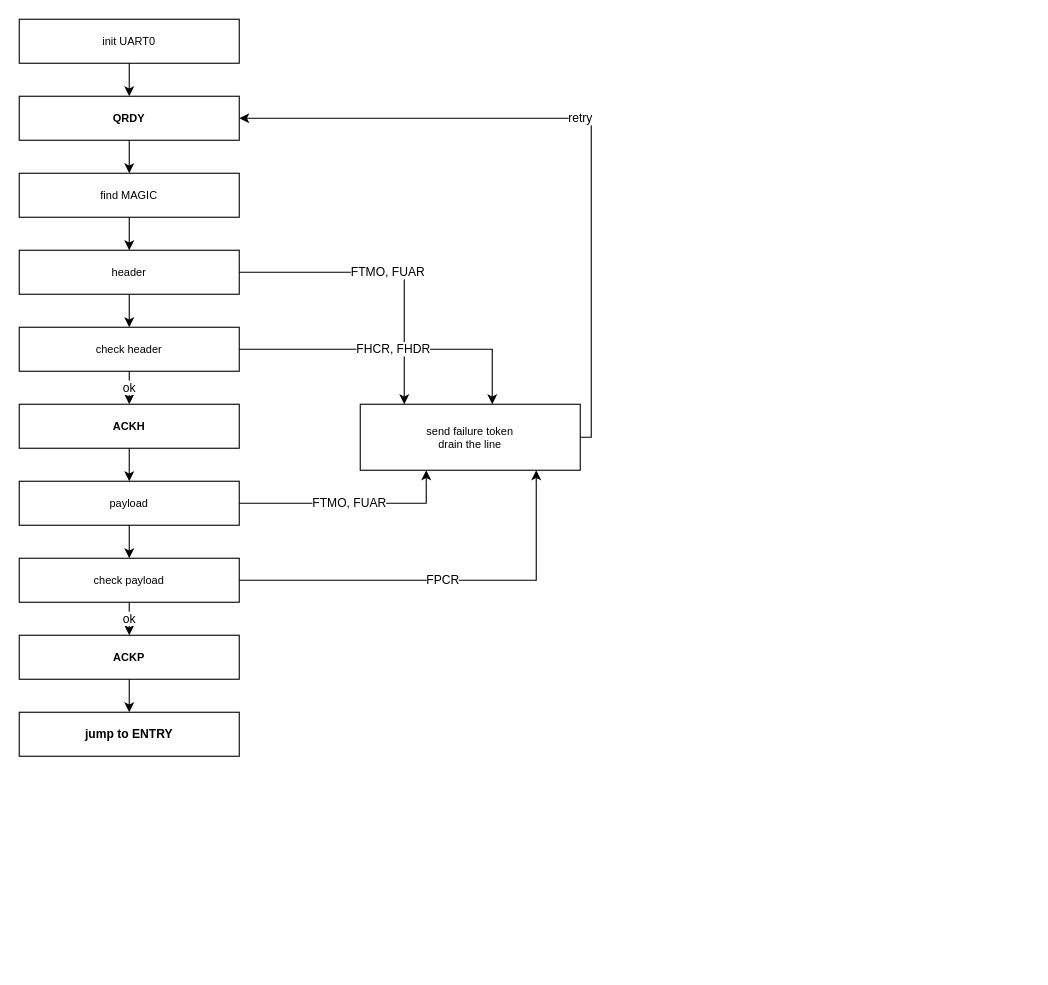
The draw.io diagram page "Bootloader flow" (4 of 5) of doc/figures/drawio/QNSC_BOOT.drawio in quynhonsemiconductor/vlsi_deep_training, before the edit. Source tidied: cells renumbered, new cells numbered last; positions are measured from the earlier drawing's top-left corner, leaving out a move shared by most shapes. Both pictures are drawn from the tidied source at 110%, with x=0, y=0 at pixel (19, 19).
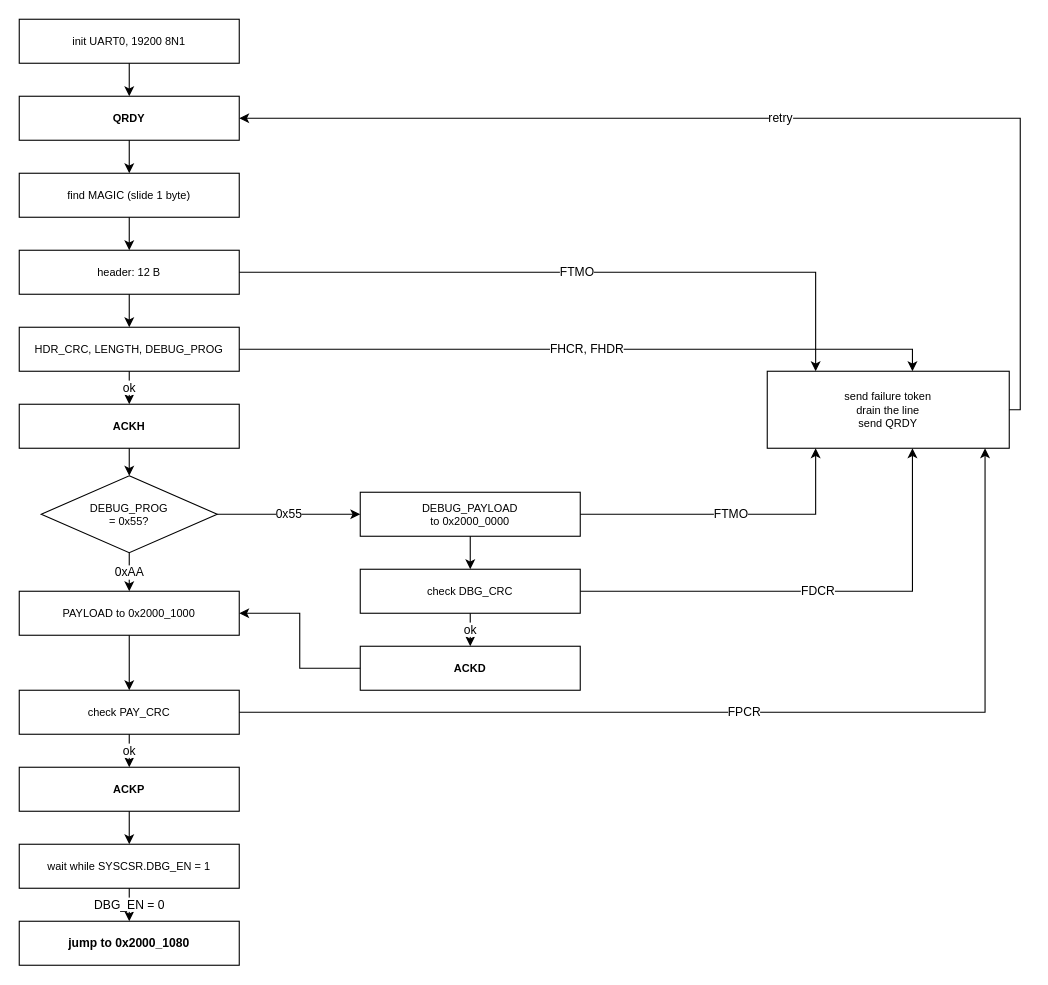
The same diagram, later.

The change refers to these unchanged cells:
```xml
<mxCell id="7" value="ACKH" style="rounded=0;whiteSpace=wrap;html=1;fillColor=#ffffff;strokeColor=#000000;fontSize=10;dashed=0;fontStyle=1;verticalAlign=middle;" parent="1" vertex="1">
  <mxGeometry y="350" width="200" height="40" as="geometry" />
</mxCell>
```

Diff of the diagram source:
```diff
@@
-    <mxCell id="2" value="init UART0" style="rounded=0;whiteSpace=wrap;html=1;fillColor=#ffffff;strokeColor=#000000;fontSize=10;dashed=0;verticalAlign=middle;" parent="1" vertex="1">
+    <mxCell id="2" value="init UART0, 19200 8N1" style="rounded=0;whiteSpace=wrap;html=1;fillColor=#ffffff;strokeColor=#000000;fontSize=10;dashed=0;verticalAlign=middle;" parent="1" vertex="1">
       <mxGeometry width="200" height="40" as="geometry" />
     </mxCell>
@@
-    <mxCell id="4" value="find MAGIC" style="rounded=0;whiteSpace=wrap;html=1;fillColor=#ffffff;strokeColor=#000000;fontSize=10;dashed=0;verticalAlign=middle;" parent="1" vertex="1">
+    <mxCell id="4" value="find MAGIC (slide 1 byte)" style="rounded=0;whiteSpace=wrap;html=1;fillColor=#ffffff;strokeColor=#000000;fontSize=10;dashed=0;verticalAlign=middle;" parent="1" vertex="1">
       <mxGeometry y="140" width="200" height="40" as="geometry" />
     </mxCell>
-    <mxCell id="5" value="header" style="rounded=0;whiteSpace=wrap;html=1;fillColor=#ffffff;strokeColor=#000000;fontSize=10;dashed=0;verticalAlign=middle;" parent="1" vertex="1">
+    <mxCell id="5" value="header: 12 B" style="rounded=0;whiteSpace=wrap;html=1;fillColor=#ffffff;strokeColor=#000000;fontSize=10;dashed=0;verticalAlign=middle;" parent="1" vertex="1">
       <mxGeometry y="210" width="200" height="40" as="geometry" />
     </mxCell>
-    <mxCell id="6" value="check header" style="rounded=0;whiteSpace=wrap;html=1;fillColor=#ffffff;strokeColor=#000000;fontSize=10;dashed=0;verticalAlign=middle;" parent="1" vertex="1">
+    <mxCell id="6" value="HDR_CRC, LENGTH, DEBUG_PROG" style="rounded=0;whiteSpace=wrap;html=1;fillColor=#ffffff;strokeColor=#000000;fontSize=10;dashed=0;verticalAlign=middle;" parent="1" vertex="1">
       <mxGeometry y="280" width="200" height="40" as="geometry" />
     </mxCell>
@@
+    <mxCell id="28" value="DEBUG_PROG&#10;= 0x55?" style="rhombus;whiteSpace=wrap;html=1;fillColor=#ffffff;strokeColor=#000000;fontSize=10;dashed=0;verticalAlign=middle;" parent="1" vertex="1">
+      <mxGeometry x="20" y="415" width="160" height="70" as="geometry" />
+    </mxCell>
+    <mxCell id="29" value="DEBUG_PAYLOAD&#10;to 0x2000_0000" style="rounded=0;whiteSpace=wrap;html=1;fillColor=#ffffff;strokeColor=#000000;fontSize=10;dashed=0;verticalAlign=middle;" parent="1" vertex="1">
+      <mxGeometry x="310" y="430" width="200" height="40" as="geometry" />
+    </mxCell>
+    <mxCell id="30" value="check DBG_CRC" style="rounded=0;whiteSpace=wrap;html=1;fillColor=#ffffff;strokeColor=#000000;fontSize=10;dashed=0;verticalAlign=middle;" parent="1" vertex="1">
+      <mxGeometry x="310" y="500" width="200" height="40" as="geometry" />
+    </mxCell>
+    <mxCell id="31" value="ACKD" style="rounded=0;whiteSpace=wrap;html=1;fillColor=#ffffff;strokeColor=#000000;fontSize=10;dashed=0;fontStyle=1;verticalAlign=middle;" parent="1" vertex="1">
+      <mxGeometry x="310" y="570" width="200" height="40" as="geometry" />
+    </mxCell>
-    <mxCell id="8" value="payload" style="rounded=0;whiteSpace=wrap;html=1;fillColor=#ffffff;strokeColor=#000000;fontSize=10;dashed=0;verticalAlign=middle;" parent="1" vertex="1">
-      <mxGeometry y="420" width="200" height="40" as="geometry" />
+    <mxCell id="8" value="PAYLOAD to 0x2000_1000" style="rounded=0;whiteSpace=wrap;html=1;fillColor=#ffffff;strokeColor=#000000;fontSize=10;dashed=0;verticalAlign=middle;" parent="1" vertex="1">
+      <mxGeometry y="520" width="200" height="40" as="geometry" />
     </mxCell>
-    <mxCell id="9" value="check payload" style="rounded=0;whiteSpace=wrap;html=1;fillColor=#ffffff;strokeColor=#000000;fontSize=10;dashed=0;verticalAlign=middle;" parent="1" vertex="1">
-      <mxGeometry y="490" width="200" height="40" as="geometry" />
+    <mxCell id="9" value="check PAY_CRC" style="rounded=0;whiteSpace=wrap;html=1;fillColor=#ffffff;strokeColor=#000000;fontSize=10;dashed=0;verticalAlign=middle;" parent="1" vertex="1">
+      <mxGeometry y="610" width="200" height="40" as="geometry" />
     </mxCell>
     <mxCell id="10" value="ACKP" style="rounded=0;whiteSpace=wrap;html=1;fillColor=#ffffff;strokeColor=#000000;fontSize=10;dashed=0;fontStyle=1;verticalAlign=middle;" parent="1" vertex="1">
-      <mxGeometry y="560" width="200" height="40" as="geometry" />
+      <mxGeometry y="680" width="200" height="40" as="geometry" />
     </mxCell>
+    <mxCell id="32" value="wait while SYSCSR.DBG_EN = 1" style="rounded=0;whiteSpace=wrap;html=1;fillColor=#ffffff;strokeColor=#000000;fontSize=10;dashed=0;verticalAlign=middle;" parent="1" vertex="1">
+      <mxGeometry y="750" width="200" height="40" as="geometry" />
+    </mxCell>
-    <mxCell id="11" value="jump to ENTRY" style="rounded=0;whiteSpace=wrap;html=1;fillColor=#ffffff;strokeColor=#000000;fontSize=11;dashed=0;fontStyle=1;verticalAlign=middle;" parent="1" vertex="1">
-      <mxGeometry y="630" width="200" height="40" as="geometry" />
+    <mxCell id="11" value="jump to 0x2000_1080" style="rounded=0;whiteSpace=wrap;html=1;fillColor=#ffffff;strokeColor=#000000;fontSize=11;dashed=0;fontStyle=1;verticalAlign=middle;" parent="1" vertex="1">
+      <mxGeometry y="820" width="200" height="40" as="geometry" />
     </mxCell>
-    <mxCell id="12" value="send failure token&#10;drain the line" style="rounded=0;whiteSpace=wrap;html=1;fillColor=#ffffff;strokeColor=#000000;fontSize=10;dashed=0;verticalAlign=middle;" parent="1" vertex="1">
-      <mxGeometry x="310" y="350" width="200" height="60" as="geometry" />
+    <mxCell id="12" value="send failure token&#10;drain the line&#10;send QRDY" style="rounded=0;whiteSpace=wrap;html=1;fillColor=#ffffff;strokeColor=#000000;fontSize=10;dashed=0;verticalAlign=middle;" parent="1" vertex="1">
+      <mxGeometry x="680" y="320" width="220" height="70" as="geometry" />
     </mxCell>
-    <mxCell id="13" style="rounded=0;whiteSpace=wrap;html=1;fillColor=none;strokeColor=none;fontSize=10;dashed=0;verticalAlign=middle;" parent="1" vertex="1">
-      <mxGeometry x="580" y="80" width="1" height="20" as="geometry" />
-    </mxCell>
@@
-    <mxCell id="19" style="edgeStyle=orthogonalEdgeStyle;rounded=0;html=1;exitX=0.5;exitY=1.0;entryX=0.5;entryY=0.0;exitDx=0;exitDy=0;entryDx=0;entryDy=0;" parent="1" edge="1" source="7" target="8">
-      <mxGeometry relative="1" as="geometry" />
-    </mxCell>
+    <mxCell id="33" style="edgeStyle=orthogonalEdgeStyle;rounded=0;html=1;exitX=0.5;exitY=1.0;entryX=0.5;entryY=0.0;exitDx=0;exitDy=0;entryDx=0;entryDy=0;" parent="1" edge="1" source="7" target="28">
+      <mxGeometry relative="1" as="geometry" />
+    </mxCell>
+    <mxCell id="34" value="0xAA" style="edgeStyle=orthogonalEdgeStyle;rounded=0;html=1;exitX=0.5;exitY=1.0;entryX=0.5;entryY=0.0;exitDx=0;exitDy=0;entryDx=0;entryDy=0;" parent="1" edge="1" source="28" target="8">
+      <mxGeometry relative="1" as="geometry" />
+    </mxCell>
+    <mxCell id="35" value="0x55" style="edgeStyle=orthogonalEdgeStyle;rounded=0;html=1;exitX=1.0;exitY=0.5;entryX=0.0;entryY=0.5;exitDx=0;exitDy=0;entryDx=0;entryDy=0;" parent="1" edge="1" source="28" target="29">
+      <mxGeometry relative="1" as="geometry" />
+    </mxCell>
+    <mxCell id="36" style="edgeStyle=orthogonalEdgeStyle;rounded=0;html=1;exitX=0.5;exitY=1.0;entryX=0.5;entryY=0.0;exitDx=0;exitDy=0;entryDx=0;entryDy=0;" parent="1" edge="1" source="29" target="30">
+      <mxGeometry relative="1" as="geometry" />
+    </mxCell>
+    <mxCell id="37" value="ok" style="edgeStyle=orthogonalEdgeStyle;rounded=0;html=1;exitX=0.5;exitY=1.0;entryX=0.5;entryY=0.0;exitDx=0;exitDy=0;entryDx=0;entryDy=0;" parent="1" edge="1" source="30" target="31">
+      <mxGeometry relative="1" as="geometry" />
+    </mxCell>
+    <mxCell id="38" style="edgeStyle=orthogonalEdgeStyle;rounded=0;html=1;exitX=0.0;exitY=0.5;entryX=1.0;entryY=0.5;exitDx=0;exitDy=0;entryDx=0;entryDy=0;" parent="1" edge="1" source="31" target="8">
+      <mxGeometry relative="1" as="geometry" />
+    </mxCell>
@@
-    <mxCell id="22" style="edgeStyle=orthogonalEdgeStyle;rounded=0;html=1;exitX=0.5;exitY=1.0;entryX=0.5;entryY=0.0;exitDx=0;exitDy=0;entryDx=0;entryDy=0;" parent="1" edge="1" source="10" target="11">
-      <mxGeometry relative="1" as="geometry" />
-    </mxCell>
+    <mxCell id="39" style="edgeStyle=orthogonalEdgeStyle;rounded=0;html=1;exitX=0.5;exitY=1.0;entryX=0.5;entryY=0.0;exitDx=0;exitDy=0;entryDx=0;entryDy=0;" parent="1" edge="1" source="10" target="32">
+      <mxGeometry relative="1" as="geometry" />
+    </mxCell>
+    <mxCell id="40" value="DBG_EN = 0" style="edgeStyle=orthogonalEdgeStyle;rounded=0;html=1;exitX=0.5;exitY=1.0;entryX=0.5;entryY=0.0;exitDx=0;exitDy=0;entryDx=0;entryDy=0;" parent="1" edge="1" source="32" target="11">
+      <mxGeometry relative="1" as="geometry" />
+    </mxCell>
-    <mxCell id="23" value="FTMO, FUAR" style="edgeStyle=orthogonalEdgeStyle;rounded=0;html=1;exitX=1.0;exitY=0.5;entryX=0.2;entryY=0.0;exitDx=0;exitDy=0;entryDx=0;entryDy=0;" parent="1" edge="1" source="5" target="12">
+    <mxCell id="23" value="FTMO" style="edgeStyle=orthogonalEdgeStyle;rounded=0;html=1;exitX=1.0;exitY=0.5;entryX=0.2;entryY=0.0;exitDx=0;exitDy=0;entryDx=0;entryDy=0;" parent="1" edge="1" source="5" target="12">
       <mxGeometry relative="1" as="geometry" />
     </mxCell>
@@
-    <mxCell id="25" value="FTMO, FUAR" style="edgeStyle=orthogonalEdgeStyle;rounded=0;html=1;exitX=1.0;exitY=0.5;entryX=0.3;entryY=1.0;exitDx=0;exitDy=0;entryDx=0;entryDy=0;" parent="1" edge="1" source="8" target="12">
-      <mxGeometry relative="1" as="geometry" />
-    </mxCell>
+    <mxCell id="41" value="FTMO" style="edgeStyle=orthogonalEdgeStyle;rounded=0;html=1;exitX=1.0;exitY=0.5;entryX=0.2;entryY=1.0;exitDx=0;exitDy=0;entryDx=0;entryDy=0;" parent="1" edge="1" source="29" target="12">
+      <mxGeometry relative="1" as="geometry" />
+    </mxCell>
+    <mxCell id="42" value="FDCR" style="edgeStyle=orthogonalEdgeStyle;rounded=0;html=1;exitX=1.0;exitY=0.5;entryX=0.6;entryY=1.0;exitDx=0;exitDy=0;entryDx=0;entryDy=0;" parent="1" edge="1" source="30" target="12">
+      <mxGeometry relative="1" as="geometry" />
+    </mxCell>
-    <mxCell id="26" value="FPCR" style="edgeStyle=orthogonalEdgeStyle;rounded=0;html=1;exitX=1.0;exitY=0.5;entryX=0.8;entryY=1.0;exitDx=0;exitDy=0;entryDx=0;entryDy=0;" parent="1" edge="1" source="9" target="12">
+    <mxCell id="26" value="FPCR" style="edgeStyle=orthogonalEdgeStyle;rounded=0;html=1;exitX=1.0;exitY=0.5;entryX=0.9;entryY=1.0;exitDx=0;exitDy=0;entryDx=0;entryDy=0;" parent="1" edge="1" source="9" target="12">
       <mxGeometry relative="1" as="geometry" />
     </mxCell>
```
